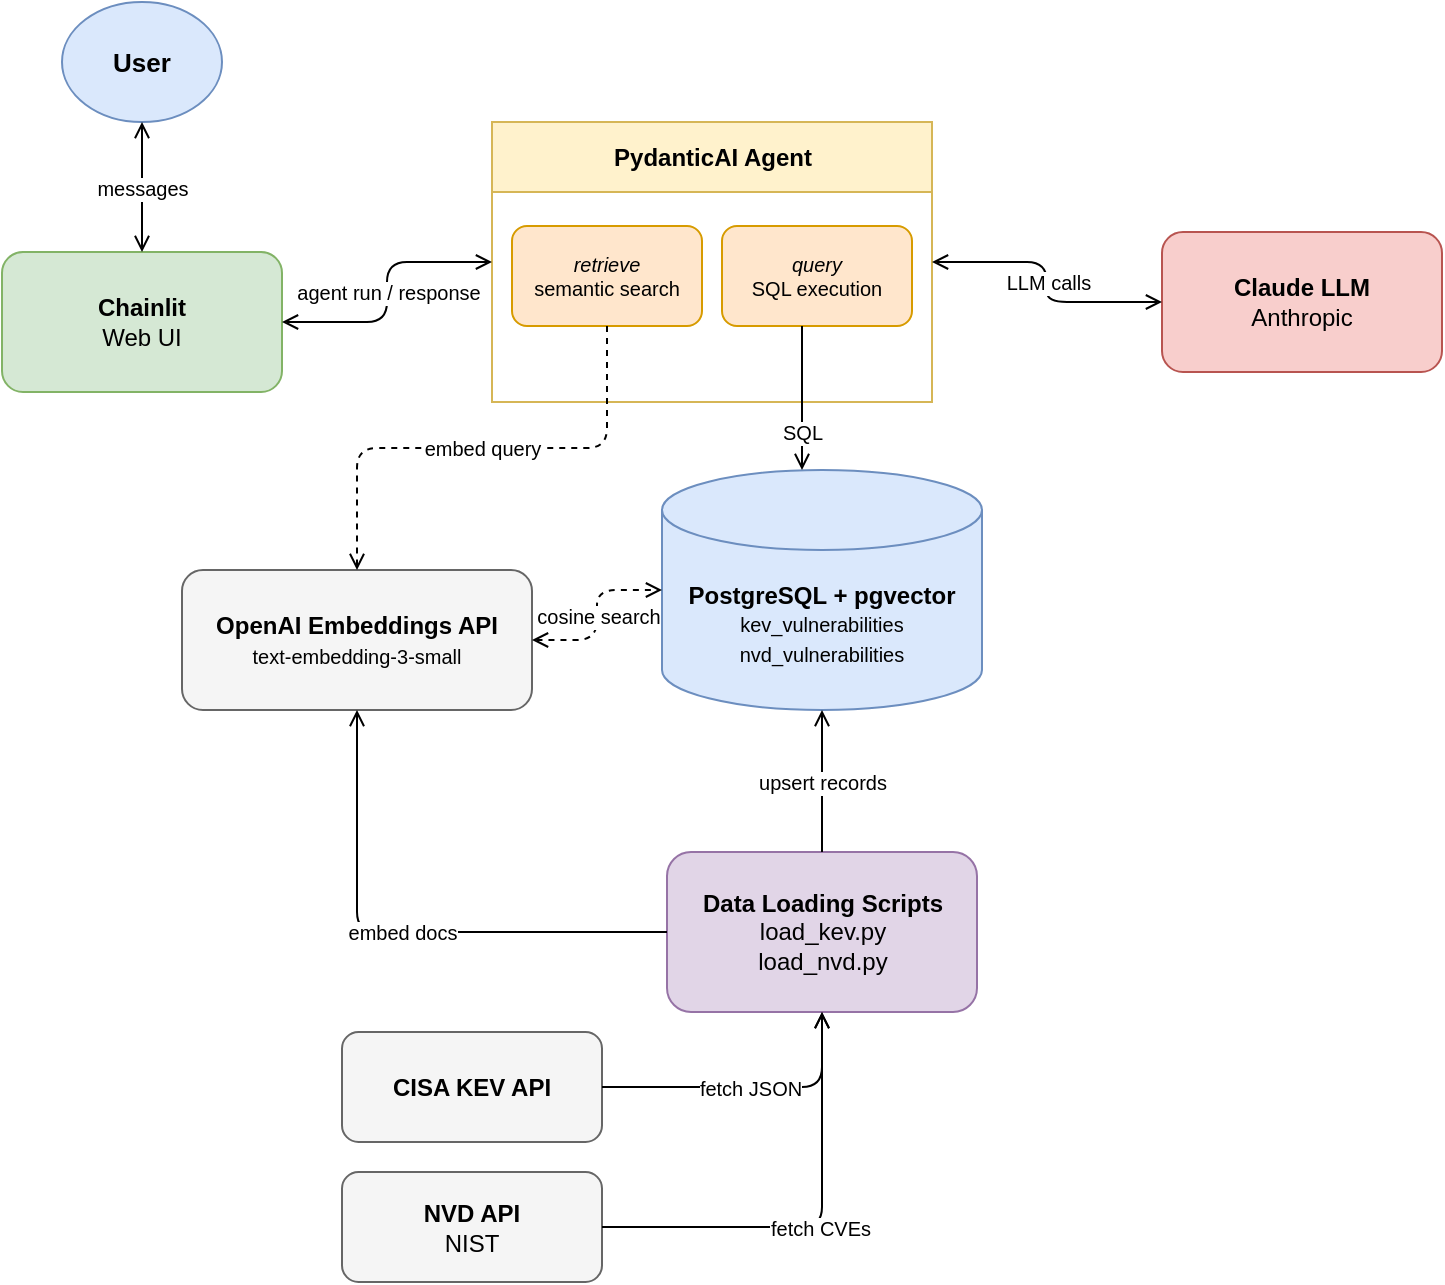
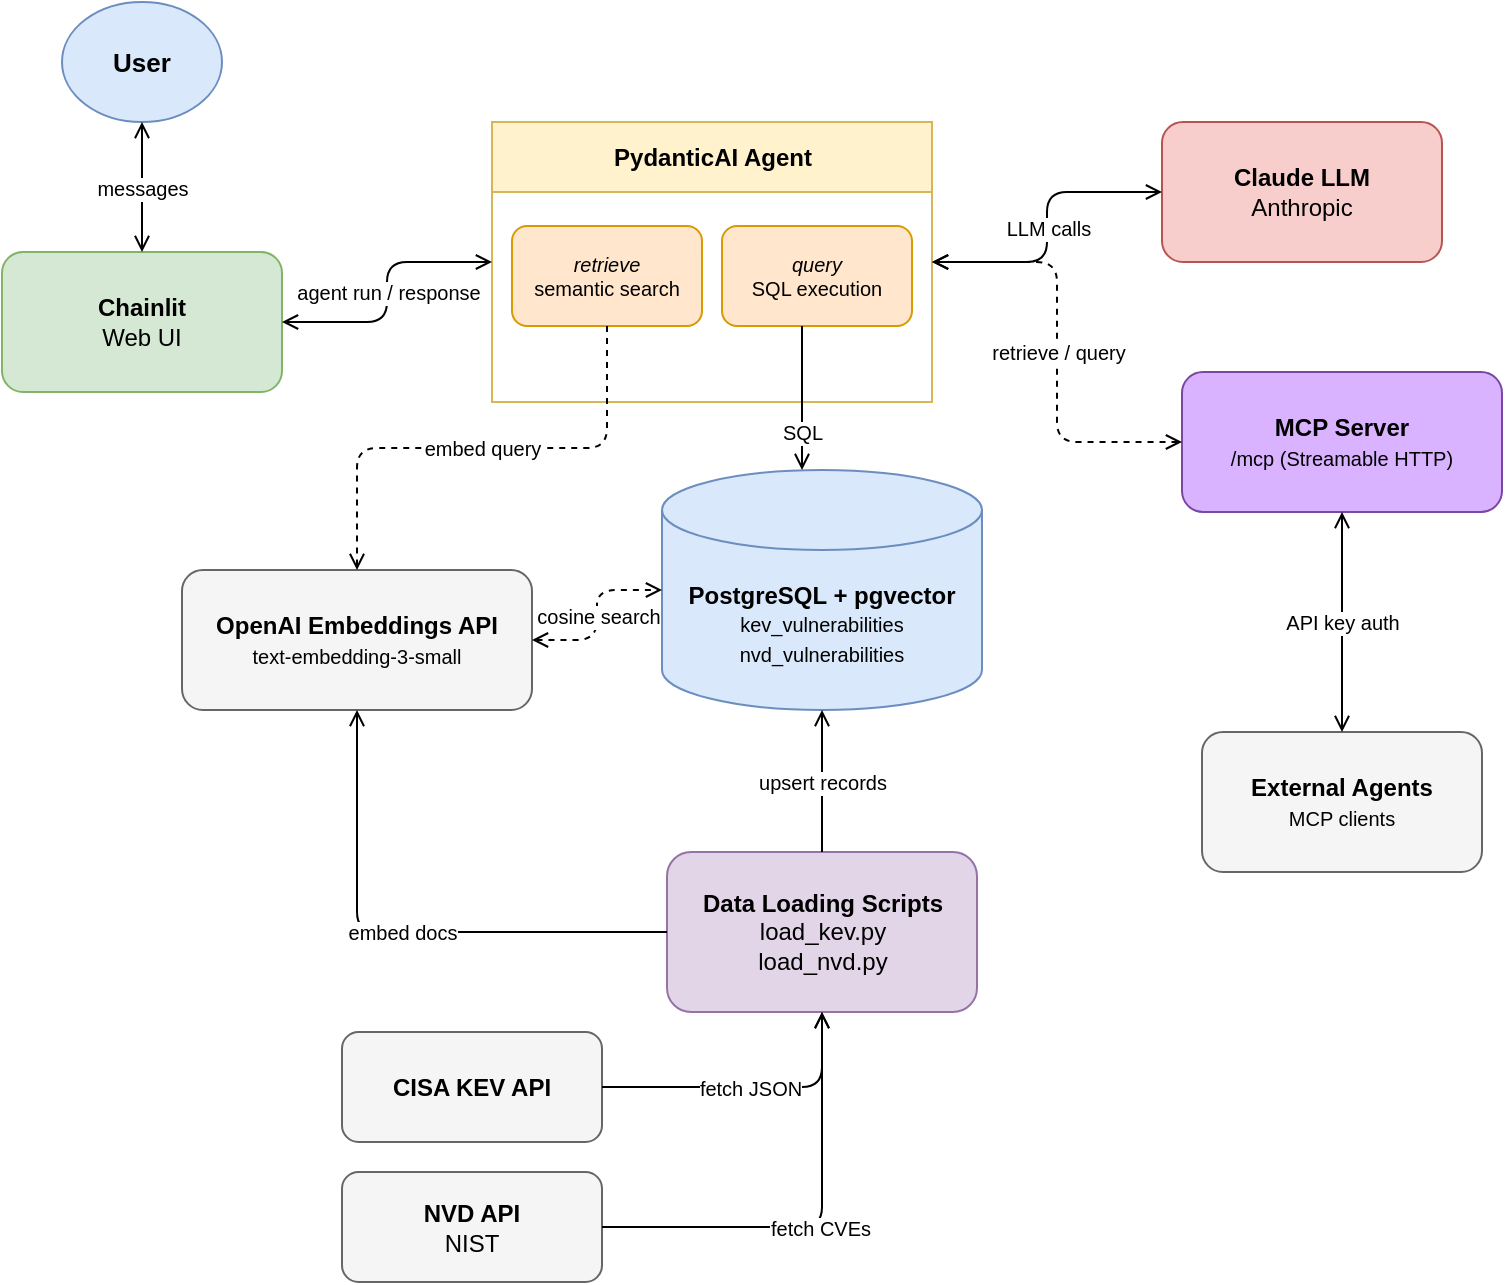
- <mxfile host="Electron" agent="Mozilla/5.0 (Macintosh; Intel Mac OS X 10_15_7) AppleWebKit/537.36 (KHTML, like Gecko) draw.io/29.5.2 Chrome/142.0.7444.265 Electron/39.6.1 Safari/537.36" version="29.5.2">
+ <mxfile host="Electron" agent="Mozilla/5.0 (Macintosh; Intel Mac OS X 10_15_7) AppleWebKit/537.36 (KHTML, like Gecko) draw.io/29.5.2 Chrome/142.0.7444.265 Electron/39.6.1 Safari/537.36">
  <diagram id="aTa67jBwMQSRAFFKcZpl" name="Page-1">
-     <mxGraphModel dx="1282" dy="830" grid="1" gridSize="10" guides="1" tooltips="1" connect="1" arrows="1" fold="1" page="1" pageScale="1" pageWidth="1169" pageHeight="827" math="0" shadow="0">
+     <mxGraphModel dx="1006" dy="749" grid="1" gridSize="10" guides="1" tooltips="1" connect="1" arrows="1" fold="1" page="1" pageScale="1" pageWidth="1300" pageHeight="900" math="0" shadow="0">
      <root>
        <mxCell id="0" />
        <mxCell id="1" parent="0" />
        <mxCell id="10" parent="1" style="ellipse;whiteSpace=wrap;html=1;fillColor=#dae8fc;strokeColor=#6c8ebf;fontColor=#000000;fontSize=13;" value="&lt;b&gt;User&lt;/b&gt;" vertex="1">
          <mxGeometry height="60" width="80" x="170" y="95" as="geometry" />
        </mxCell>
        <mxCell id="20" parent="1" style="rounded=1;whiteSpace=wrap;html=1;fillColor=#d5e8d4;strokeColor=#82b366;fontColor=#000000;arcSize=15;" value="&lt;b&gt;Chainlit&lt;/b&gt;&lt;br&gt;Web UI" vertex="1">
          <mxGeometry height="70" width="140" x="140" y="220" as="geometry" />
        </mxCell>
        <mxCell id="30" parent="1" style="swimlane;startSize=35;html=1;fillColor=#fff2cc;strokeColor=#d6b656;fontColor=#000000;fontSize=12;" value="&lt;b&gt;PydanticAI Agent&lt;/b&gt;" vertex="1">
          <mxGeometry height="140" width="220" x="385" y="155" as="geometry" />
        </mxCell>
        <mxCell id="31" parent="30" style="rounded=1;whiteSpace=wrap;html=1;fillColor=#ffe6cc;strokeColor=#d79b00;fontColor=#000000;fontSize=10;" value="&lt;i&gt;retrieve&lt;/i&gt;&lt;br&gt;semantic search" vertex="1">
          <mxGeometry height="50" width="95" x="10" y="52" as="geometry" />
        </mxCell>
        <mxCell id="32" parent="30" style="rounded=1;whiteSpace=wrap;html=1;fillColor=#ffe6cc;strokeColor=#d79b00;fontColor=#000000;fontSize=10;" value="&lt;i&gt;query&lt;/i&gt;&lt;br&gt;SQL execution" vertex="1">
          <mxGeometry height="50" width="95" x="115" y="52" as="geometry" />
        </mxCell>
        <mxCell id="40" parent="1" style="rounded=1;whiteSpace=wrap;html=1;fillColor=#f8cecc;strokeColor=#b85450;fontColor=#000000;arcSize=15;" value="&lt;b&gt;Claude LLM&lt;/b&gt;&lt;br&gt;Anthropic" vertex="1">
-           <mxGeometry height="70" width="140" x="720" y="210" as="geometry" />
+           <mxGeometry height="70" width="140" x="720" y="155" as="geometry" />
        </mxCell>
        <mxCell id="60" parent="1" style="shape=cylinder3;whiteSpace=wrap;html=1;boundedLbl=1;backgroundOutline=1;size=20;fillColor=#dae8fc;strokeColor=#6c8ebf;fontColor=#000000;" value="&lt;b&gt;PostgreSQL + pgvector&lt;/b&gt;&lt;br&gt;&lt;font style=&quot;font-size:10px;&quot;&gt;kev_vulnerabilities&lt;br&gt;nvd_vulnerabilities&lt;/font&gt;" vertex="1">
          <mxGeometry height="120" width="160" x="470" y="329" as="geometry" />
        </mxCell>
        <mxCell id="50" parent="1" style="rounded=1;whiteSpace=wrap;html=1;fillColor=#f5f5f5;strokeColor=#666666;fontColor=#000000;arcSize=15;" value="&lt;b&gt;OpenAI Embeddings API&lt;/b&gt;&lt;br&gt;&lt;font style=&quot;font-size:10px;&quot;&gt;text-embedding-3-small&lt;/font&gt;" vertex="1">
          <mxGeometry height="70" width="175" x="230" y="379" as="geometry" />
        </mxCell>
        <mxCell id="70" parent="1" style="rounded=1;whiteSpace=wrap;html=1;fillColor=#e1d5e7;strokeColor=#9673a6;fontColor=#000000;arcSize=15;" value="&lt;b&gt;Data Loading Scripts&lt;/b&gt;&lt;br&gt;load_kev.py&lt;br&gt;load_nvd.py" vertex="1">
          <mxGeometry height="80" width="155" x="472.5" y="520" as="geometry" />
        </mxCell>
        <mxCell id="80" parent="1" style="rounded=1;whiteSpace=wrap;html=1;fillColor=#f5f5f5;strokeColor=#666666;fontColor=#000000;" value="&lt;b&gt;CISA KEV API&lt;/b&gt;" vertex="1">
          <mxGeometry height="55" width="130" x="310" y="610" as="geometry" />
        </mxCell>
        <mxCell id="90" parent="1" style="rounded=1;whiteSpace=wrap;html=1;fillColor=#f5f5f5;strokeColor=#666666;fontColor=#000000;" value="&lt;b&gt;NVD API&lt;/b&gt;&lt;br&gt;NIST" vertex="1">
          <mxGeometry height="55" width="130" x="310" y="680" as="geometry" />
+         </mxCell>
+         <mxCell id="110" parent="1" style="rounded=1;whiteSpace=wrap;html=1;fillColor=#d9b3ff;strokeColor=#7a47a3;fontColor=#000000;arcSize=15;" value="&lt;b&gt;MCP Server&lt;/b&gt;&lt;br&gt;&lt;font style=&quot;font-size:10px;&quot;&gt;/mcp (Streamable HTTP)&lt;/font&gt;" vertex="1">
+           <mxGeometry height="70" width="160" x="730" y="280" as="geometry" />
+         </mxCell>
+         <mxCell id="111" parent="1" style="rounded=1;whiteSpace=wrap;html=1;fillColor=#f5f5f5;strokeColor=#666666;fontColor=#000000;arcSize=15;" value="&lt;b&gt;External Agents&lt;/b&gt;&lt;br&gt;&lt;font style=&quot;font-size:10px;&quot;&gt;MCP clients&lt;/font&gt;" vertex="1">
+           <mxGeometry height="70" width="140" x="740" y="460" as="geometry" />
        </mxCell>
        <mxCell id="100" edge="1" parent="1" source="10" style="edgeStyle=orthogonalEdgeStyle;html=1;fontSize=10;startArrow=open;startFill=0;endArrow=open;endFill=0;" target="20" value="messages">
          <mxGeometry relative="1" as="geometry" />
        </mxCell>
        <mxCell id="101" edge="1" parent="1" source="20" style="edgeStyle=orthogonalEdgeStyle;html=1;fontSize=10;startArrow=open;startFill=0;endArrow=open;endFill=0;" target="30" value="agent run / response">
          <mxGeometry relative="1" as="geometry" />
        </mxCell>
        <mxCell id="102" edge="1" parent="1" source="30" style="edgeStyle=orthogonalEdgeStyle;html=1;fontSize=10;startArrow=open;startFill=0;endArrow=open;endFill=0;" target="40" value="LLM calls">
          <mxGeometry relative="1" as="geometry" />
        </mxCell>
        <mxCell id="103" edge="1" parent="1" source="31" style="edgeStyle=orthogonalEdgeStyle;html=1;fontSize=10;dashed=1;endArrow=open;endFill=0;" target="50" value="embed query">
          <mxGeometry relative="1" as="geometry" />
        </mxCell>
        <mxCell id="104" edge="1" parent="1" source="50" style="edgeStyle=orthogonalEdgeStyle;html=1;fontSize=10;dashed=1;startArrow=open;startFill=0;endArrow=open;endFill=0;" target="60" value="cosine search">
          <mxGeometry relative="1" as="geometry" />
        </mxCell>
        <mxCell id="105" edge="1" parent="1" source="32" style="edgeStyle=orthogonalEdgeStyle;html=1;fontSize=10;endArrow=open;endFill=0;" target="60" value="SQL">
          <mxGeometry relative="1" x="0.4722" as="geometry">
            <mxPoint as="offset" />
            <Array as="points">
              <mxPoint x="540" y="290" />
              <mxPoint x="540" y="290" />
            </Array>
          </mxGeometry>
        </mxCell>
        <mxCell id="107" edge="1" parent="1" source="70" style="edgeStyle=orthogonalEdgeStyle;html=1;fontSize=10;endArrow=open;endFill=0;" target="60" value="upsert records">
          <mxGeometry relative="1" as="geometry" />
        </mxCell>
        <mxCell id="106" edge="1" parent="1" source="70" style="edgeStyle=orthogonalEdgeStyle;html=1;fontSize=10;endArrow=open;endFill=0;" target="50" value="embed docs">
          <mxGeometry relative="1" as="geometry" />
        </mxCell>
        <mxCell id="108" edge="1" parent="1" source="80" style="edgeStyle=orthogonalEdgeStyle;html=1;fontSize=10;endArrow=open;endFill=0;" target="70" value="fetch JSON">
          <mxGeometry relative="1" as="geometry" />
        </mxCell>
        <mxCell id="109" edge="1" parent="1" source="90" style="edgeStyle=orthogonalEdgeStyle;html=1;fontSize=10;endArrow=open;endFill=0;" target="70" value="fetch CVEs">
          <mxGeometry relative="1" as="geometry" />
        </mxCell>
+         <mxCell id="112" edge="1" parent="1" source="111" style="edgeStyle=orthogonalEdgeStyle;html=1;fontSize=10;startArrow=open;startFill=0;endArrow=open;endFill=0;" target="110" value="API key auth">
+           <mxGeometry relative="1" as="geometry" />
+         </mxCell>
+         <mxCell id="113" edge="1" parent="1" source="110" style="edgeStyle=orthogonalEdgeStyle;html=1;fontSize=10;dashed=1;startArrow=open;startFill=0;endArrow=open;endFill=0;" target="30" value="retrieve / query">
+           <mxGeometry relative="1" as="geometry" />
+         </mxCell>
      </root>
    </mxGraphModel>
  </diagram>
</mxfile>
